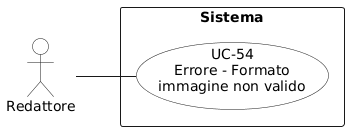
aLittleByte-19/Documentazione keeps this PlantUML diagram as RTB/Analisi dei Requisiti/diagrammi_use_case/UC-54.png. Above is the earlier version. The source it was exported from:
```plantuml
@startuml
left to right direction
skinparam packageStyle rectangle
skinparam usecaseBackgroundColor White
skinparam actorBackgroundColor White

actor "Redattore" as redattore

rectangle "Sistema" {
  usecase "UC-54\nErrore - Formato\nimmagine non valido" as uc54
}

redattore -- uc54
@enduml
```
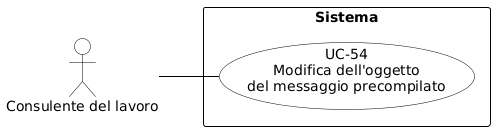
Later version of the same file.

Change to the diagram source:
```diff
@@ -1,14 +1,27 @@
 @startuml
+skinparam shadowing false
+skinparam defaultFontName Arial
 left to right direction
-skinparam packageStyle rectangle
-skinparam usecaseBackgroundColor White
-skinparam actorBackgroundColor White
 
-actor "Redattore" as redattore
+skinparam usecase {
+    BackgroundColor white
+    BorderColor black
+    ArrowColor black
+}
+skinparam actor {
+    BackgroundColor white
+    BorderColor black
+}
+skinparam rectangle {
+    BorderColor black
+    FontStyle bold
+}
+
+actor "Consulente del lavoro" as cdl
 
 rectangle "Sistema" {
-  usecase "UC-54\nErrore - Formato\nimmagine non valido" as uc54
+    usecase "UC-54\nModifica dell'oggetto\ndel messaggio precompilato" as UC54
 }
 
-redattore -- uc54
+cdl -- UC54
 @enduml
```
